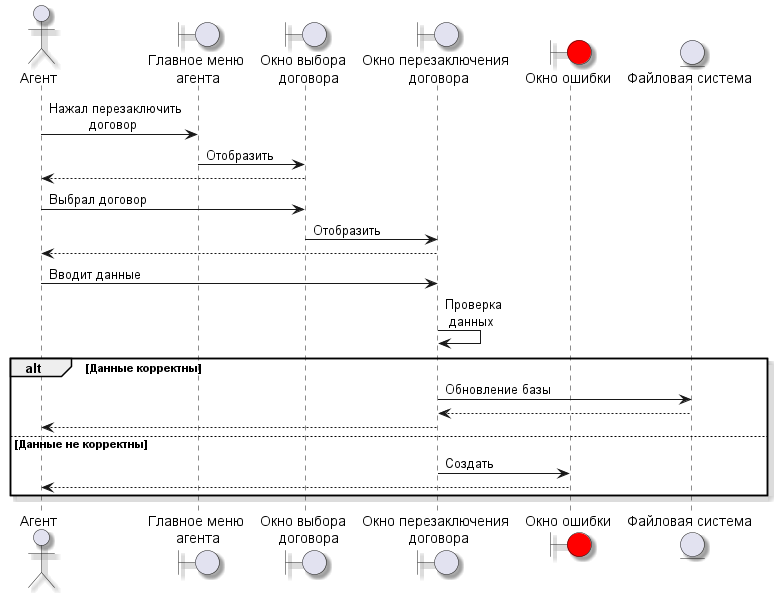
The PlantUML diagram out/Resource/Диаграммы последовательности/Перезаключить договор (Агент).png in MiFit1/OSOGO, before a commit.
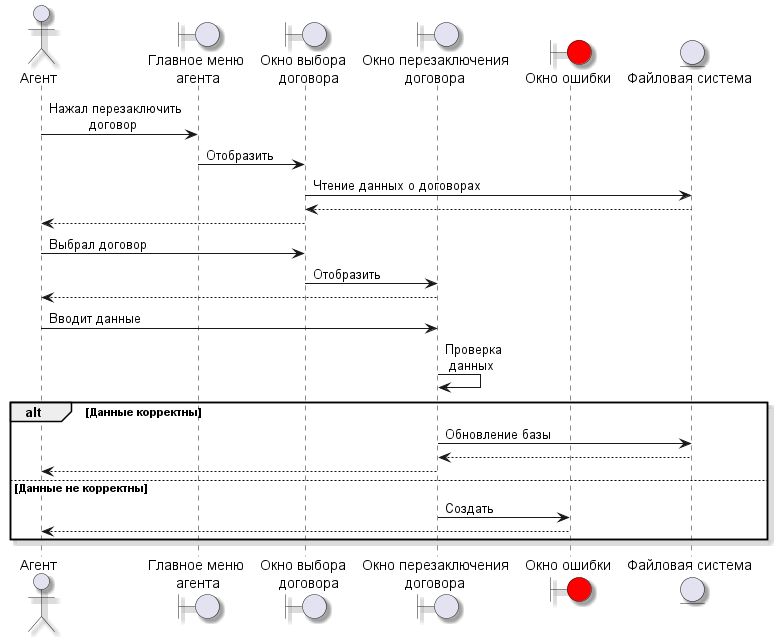
Above is the later version.

The edit, as a diff of the source:
```diff
@@ -3,13 +3,15 @@
 actor "Агент" as agent
 boundary "Главное меню\n агента" as mainMenuAg
 boundary "Окно выбора\n   договора" as contractWindow
-boundary "Окно перезаключения\n  договора" as reContractWindow
+boundary "Окно перезаключения\nдоговора" as reContractWindow
 boundary "Окно ошибки" as errorWindow #Red
 
 entity "Файловая система" as fs
 
 agent -> mainMenuAg : Нажал перезаключить\n\t  договор
 mainMenuAg -> contractWindow : Отобразить
+contractWindow -> fs:Чтение данных о договорах
+fs --> contractWindow
 contractWindow --> agent
 agent -> contractWindow:Выбрал договор
 contractWindow -> reContractWindow : Отобразить
```
